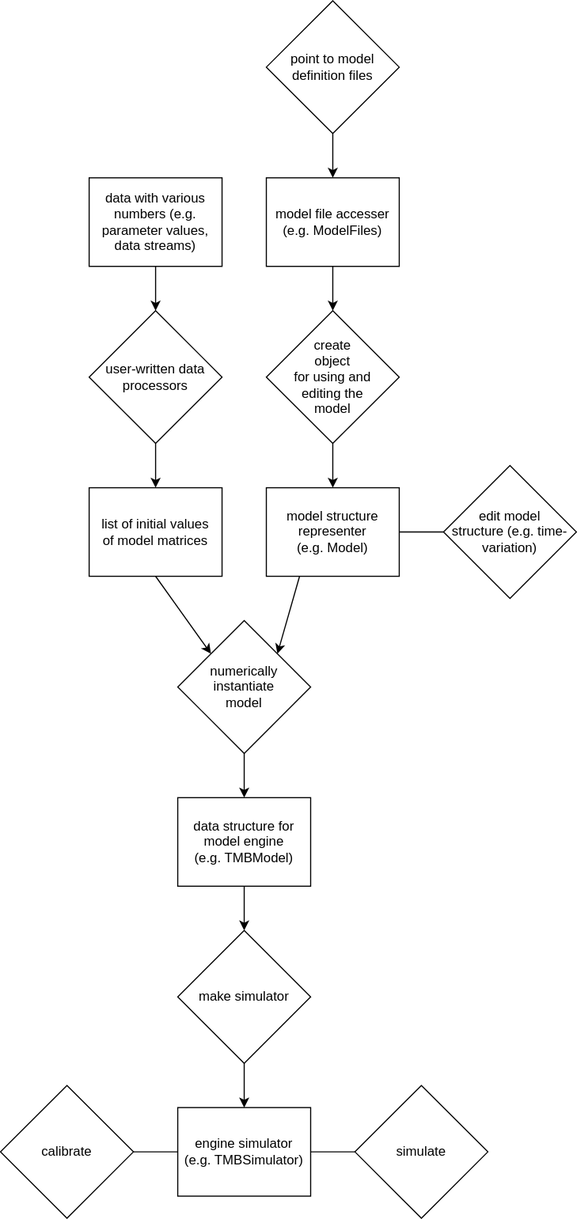
The draw.io diagram misc/diagrams/object_dependencies.svg in canmod/macpan2, before a commit. Source tidied: cells renumbered, new cells last; positions are measured from the earlier drawing's top-left corner, leaving out a move shared by most shapes. Source of this version:
```xml
<mxGraphModel>
  <root>
    <mxCell id="0" />
    <mxCell id="1" parent="0" />
    <mxCell id="2" style="edgeStyle=none;html=1;exitX=0.5;exitY=1;exitDx=0;exitDy=0;entryX=0.5;entryY=0;entryDx=0;entryDy=0;" parent="1" edge="1" source="3" target="14">
      <mxGeometry relative="1" as="geometry" />
    </mxCell>
    <mxCell id="3" value="model file accesser&lt;br&gt;(e.g. ModelFiles)" style="rounded=0;whiteSpace=wrap;html=1;" parent="1" vertex="1">
      <mxGeometry x="240" y="160" width="120" height="80" as="geometry" />
    </mxCell>
    <mxCell id="4" style="edgeStyle=none;html=1;exitX=1;exitY=0.5;exitDx=0;exitDy=0;entryX=0;entryY=0.5;entryDx=0;entryDy=0;endArrow=none;endFill=0;" parent="1" edge="1" source="6" target="15">
      <mxGeometry relative="1" as="geometry" />
    </mxCell>
    <mxCell id="5" style="edgeStyle=none;html=1;exitX=0.25;exitY=1;exitDx=0;exitDy=0;entryX=1;entryY=0;entryDx=0;entryDy=0;endArrow=classic;endFill=1;" parent="1" edge="1" source="6" target="17">
      <mxGeometry relative="1" as="geometry" />
    </mxCell>
    <mxCell id="6" value="model structure representer&lt;br&gt;(e.g. Model)" style="rounded=0;whiteSpace=wrap;html=1;" parent="1" vertex="1">
      <mxGeometry x="240" y="440" width="120" height="80" as="geometry" />
    </mxCell>
    <mxCell id="7" style="edgeStyle=none;html=1;exitX=0.5;exitY=1;exitDx=0;exitDy=0;entryX=0.5;entryY=0;entryDx=0;entryDy=0;endArrow=classic;endFill=1;" parent="1" edge="1" source="8" target="25">
      <mxGeometry relative="1" as="geometry" />
    </mxCell>
    <mxCell id="8" value="data structure for model engine&lt;br&gt;(e.g. TMBModel)" style="rounded=0;whiteSpace=wrap;html=1;" parent="1" vertex="1">
      <mxGeometry x="160" y="720" width="120" height="80" as="geometry" />
    </mxCell>
    <mxCell id="9" style="edgeStyle=none;html=1;exitX=0;exitY=0.5;exitDx=0;exitDy=0;entryX=1;entryY=0.5;entryDx=0;entryDy=0;endArrow=none;endFill=0;" parent="1" edge="1" source="10" target="28">
      <mxGeometry relative="1" as="geometry" />
    </mxCell>
    <mxCell id="10" value="engine simulator&lt;br&gt;(e.g. TMBSimulator)" style="rounded=0;whiteSpace=wrap;html=1;" parent="1" vertex="1">
      <mxGeometry x="160" y="1000" width="120" height="80" as="geometry" />
    </mxCell>
    <mxCell id="11" style="edgeStyle=none;html=1;exitX=0.5;exitY=1;exitDx=0;exitDy=0;entryX=0.5;entryY=0;entryDx=0;entryDy=0;" parent="1" edge="1" source="12" target="3">
      <mxGeometry relative="1" as="geometry" />
    </mxCell>
    <mxCell id="12" value="point to model definition files" style="rhombus;whiteSpace=wrap;html=1;" parent="1" vertex="1">
      <mxGeometry x="240" width="120" height="120" as="geometry" />
    </mxCell>
    <mxCell id="13" style="edgeStyle=none;html=1;exitX=0.5;exitY=1;exitDx=0;exitDy=0;entryX=0.5;entryY=0;entryDx=0;entryDy=0;" parent="1" edge="1" source="14" target="6">
      <mxGeometry relative="1" as="geometry" />
    </mxCell>
    <mxCell id="14" value="create &lt;br&gt;object &lt;br&gt;for using and &lt;br&gt;editing the &lt;br&gt;model" style="rhombus;whiteSpace=wrap;html=1;" parent="1" vertex="1">
      <mxGeometry x="240" y="280" width="120" height="120" as="geometry" />
    </mxCell>
    <mxCell id="15" value="edit model&lt;br&gt;structure (e.g. time-variation)" style="rhombus;whiteSpace=wrap;html=1;" parent="1" vertex="1">
      <mxGeometry x="400" y="420" width="120" height="120" as="geometry" />
    </mxCell>
    <mxCell id="16" style="edgeStyle=none;html=1;exitX=0.5;exitY=1;exitDx=0;exitDy=0;entryX=0.5;entryY=0;entryDx=0;entryDy=0;endArrow=classic;endFill=1;" parent="1" edge="1" source="17" target="8">
      <mxGeometry relative="1" as="geometry" />
    </mxCell>
    <mxCell id="17" value="numerically instantiate &lt;br&gt;model" style="rhombus;whiteSpace=wrap;html=1;" parent="1" vertex="1">
      <mxGeometry x="160" y="560" width="120" height="120" as="geometry" />
    </mxCell>
    <mxCell id="18" style="edgeStyle=none;html=1;exitX=0.5;exitY=1;exitDx=0;exitDy=0;entryX=0.5;entryY=0;entryDx=0;entryDy=0;endArrow=classic;endFill=1;" parent="1" edge="1" source="19" target="23">
      <mxGeometry relative="1" as="geometry" />
    </mxCell>
    <mxCell id="19" value="data with various numbers (e.g. parameter values, data streams)" style="rounded=0;whiteSpace=wrap;html=1;" parent="1" vertex="1">
      <mxGeometry x="80" y="160" width="120" height="80" as="geometry" />
    </mxCell>
    <mxCell id="20" style="edgeStyle=none;html=1;exitX=0.5;exitY=1;exitDx=0;exitDy=0;entryX=0;entryY=0;entryDx=0;entryDy=0;endArrow=classic;endFill=1;" parent="1" edge="1" source="21" target="17">
      <mxGeometry relative="1" as="geometry" />
    </mxCell>
    <mxCell id="21" value="list of initial values &lt;br&gt;of model matrices" style="rounded=0;whiteSpace=wrap;html=1;" parent="1" vertex="1">
      <mxGeometry x="80" y="440" width="120" height="80" as="geometry" />
    </mxCell>
    <mxCell id="22" style="edgeStyle=none;html=1;exitX=0.5;exitY=1;exitDx=0;exitDy=0;entryX=0.5;entryY=0;entryDx=0;entryDy=0;endArrow=classic;endFill=1;" parent="1" edge="1" source="23" target="21">
      <mxGeometry relative="1" as="geometry" />
    </mxCell>
    <mxCell id="23" value="user-written data processors" style="rhombus;whiteSpace=wrap;html=1;" parent="1" vertex="1">
      <mxGeometry x="80" y="280" width="120" height="120" as="geometry" />
    </mxCell>
    <mxCell id="24" style="edgeStyle=none;html=1;exitX=0.5;exitY=1;exitDx=0;exitDy=0;entryX=0.5;entryY=0;entryDx=0;entryDy=0;endArrow=classic;endFill=1;" parent="1" edge="1" source="25" target="10">
      <mxGeometry relative="1" as="geometry" />
    </mxCell>
    <mxCell id="25" value="make simulator" style="rhombus;whiteSpace=wrap;html=1;" parent="1" vertex="1">
      <mxGeometry x="160" y="840" width="120" height="120" as="geometry" />
    </mxCell>
    <mxCell id="26" style="edgeStyle=none;html=1;exitX=0;exitY=0.5;exitDx=0;exitDy=0;entryX=1;entryY=0.5;entryDx=0;entryDy=0;endArrow=none;endFill=0;" parent="1" edge="1" source="27" target="10">
      <mxGeometry relative="1" as="geometry" />
    </mxCell>
    <mxCell id="27" value="simulate" style="rhombus;whiteSpace=wrap;html=1;" parent="1" vertex="1">
      <mxGeometry x="320" y="980" width="120" height="120" as="geometry" />
    </mxCell>
    <mxCell id="28" value="calibrate" style="rhombus;whiteSpace=wrap;html=1;" parent="1" vertex="1">
      <mxGeometry y="980" width="120" height="120" as="geometry" />
    </mxCell>
  </root>
</mxGraphModel>
```
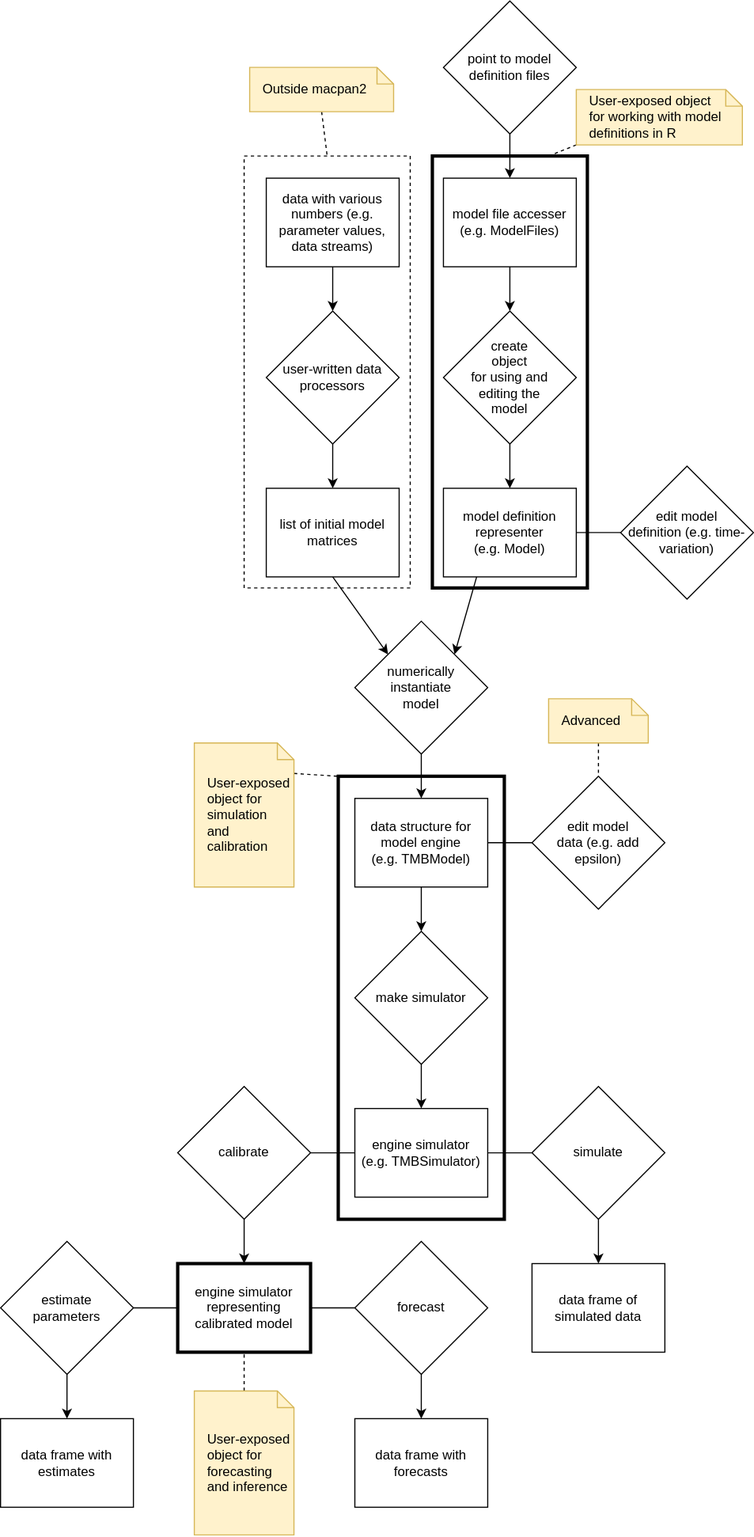
Above is the later version.

Commit message:
[skip ci] :pencil: object dependencies figure

Diff of the diagram source:
```diff
@@ -2,6 +2,9 @@
   <root>
     <mxCell id="0" />
     <mxCell id="1" parent="0" />
+    <mxCell id="29" style="rounded=0;whiteSpace=wrap;html=1;fillColor=none;dashed=1;" parent="1" vertex="1">
+      <mxGeometry x="60" y="140" width="150" height="390" as="geometry" />
+    </mxCell>
     <mxCell id="2" style="edgeStyle=none;html=1;exitX=0.5;exitY=1;exitDx=0;exitDy=0;entryX=0.5;entryY=0;entryDx=0;entryDy=0;" parent="1" edge="1" source="3" target="14">
       <mxGeometry relative="1" as="geometry" />
     </mxCell>
@@ -14,7 +17,7 @@
     <mxCell id="5" style="edgeStyle=none;html=1;exitX=0.25;exitY=1;exitDx=0;exitDy=0;entryX=1;entryY=0;entryDx=0;entryDy=0;endArrow=classic;endFill=1;" parent="1" edge="1" source="6" target="17">
       <mxGeometry relative="1" as="geometry" />
     </mxCell>
-    <mxCell id="6" value="model structure representer&lt;br&gt;(e.g. Model)" style="rounded=0;whiteSpace=wrap;html=1;" parent="1" vertex="1">
+    <mxCell id="6" value="model definition representer&lt;br&gt;(e.g. Model)" style="rounded=0;whiteSpace=wrap;html=1;" parent="1" vertex="1">
       <mxGeometry x="240" y="440" width="120" height="80" as="geometry" />
     </mxCell>
     <mxCell id="7" style="edgeStyle=none;html=1;exitX=0.5;exitY=1;exitDx=0;exitDy=0;entryX=0.5;entryY=0;entryDx=0;entryDy=0;endArrow=classic;endFill=1;" parent="1" edge="1" source="8" target="25">
@@ -41,7 +44,7 @@
     <mxCell id="14" value="create &lt;br&gt;object &lt;br&gt;for using and &lt;br&gt;editing the &lt;br&gt;model" style="rhombus;whiteSpace=wrap;html=1;" parent="1" vertex="1">
       <mxGeometry x="240" y="280" width="120" height="120" as="geometry" />
     </mxCell>
-    <mxCell id="15" value="edit model&lt;br&gt;structure (e.g. time-variation)" style="rhombus;whiteSpace=wrap;html=1;" parent="1" vertex="1">
+    <mxCell id="15" value="edit model&lt;br&gt;definition (e.g. time-variation)" style="rhombus;whiteSpace=wrap;html=1;" parent="1" vertex="1">
       <mxGeometry x="400" y="420" width="120" height="120" as="geometry" />
     </mxCell>
     <mxCell id="16" style="edgeStyle=none;html=1;exitX=0.5;exitY=1;exitDx=0;exitDy=0;entryX=0.5;entryY=0;entryDx=0;entryDy=0;endArrow=classic;endFill=1;" parent="1" edge="1" source="17" target="8">
@@ -59,7 +62,7 @@
     <mxCell id="20" style="edgeStyle=none;html=1;exitX=0.5;exitY=1;exitDx=0;exitDy=0;entryX=0;entryY=0;entryDx=0;entryDy=0;endArrow=classic;endFill=1;" parent="1" edge="1" source="21" target="17">
       <mxGeometry relative="1" as="geometry" />
     </mxCell>
-    <mxCell id="21" value="list of initial values &lt;br&gt;of model matrices" style="rounded=0;whiteSpace=wrap;html=1;" parent="1" vertex="1">
+    <mxCell id="21" value="list of initial model matrices" style="rounded=0;whiteSpace=wrap;html=1;" parent="1" vertex="1">
       <mxGeometry x="80" y="440" width="120" height="80" as="geometry" />
     </mxCell>
     <mxCell id="22" style="edgeStyle=none;html=1;exitX=0.5;exitY=1;exitDx=0;exitDy=0;entryX=0.5;entryY=0;entryDx=0;entryDy=0;endArrow=classic;endFill=1;" parent="1" edge="1" source="23" target="21">
@@ -77,11 +80,89 @@
     <mxCell id="26" style="edgeStyle=none;html=1;exitX=0;exitY=0.5;exitDx=0;exitDy=0;entryX=1;entryY=0.5;entryDx=0;entryDy=0;endArrow=none;endFill=0;" parent="1" edge="1" source="27" target="10">
       <mxGeometry relative="1" as="geometry" />
     </mxCell>
+    <mxCell id="30" style="edgeStyle=none;html=1;exitX=0.5;exitY=1;exitDx=0;exitDy=0;entryX=0.5;entryY=0;entryDx=0;entryDy=0;endArrow=classic;endFill=1;" parent="1" edge="1" source="27" target="37">
+      <mxGeometry relative="1" as="geometry" />
+    </mxCell>
     <mxCell id="27" value="simulate" style="rhombus;whiteSpace=wrap;html=1;" parent="1" vertex="1">
       <mxGeometry x="320" y="980" width="120" height="120" as="geometry" />
     </mxCell>
+    <mxCell id="31" style="edgeStyle=none;html=1;exitX=0.5;exitY=1;exitDx=0;exitDy=0;entryX=0.5;entryY=0;entryDx=0;entryDy=0;endArrow=classic;endFill=1;" parent="1" edge="1" source="28" target="36">
+      <mxGeometry relative="1" as="geometry" />
+    </mxCell>
     <mxCell id="28" value="calibrate" style="rhombus;whiteSpace=wrap;html=1;" parent="1" vertex="1">
       <mxGeometry y="980" width="120" height="120" as="geometry" />
     </mxCell>
+    <mxCell id="32" style="edgeStyle=none;html=1;exitX=0;exitY=0.5;exitDx=0;exitDy=0;entryX=1;entryY=0.5;entryDx=0;entryDy=0;endArrow=none;endFill=0;" parent="1" edge="1" source="33" target="8">
+      <mxGeometry relative="1" as="geometry" />
+    </mxCell>
+    <mxCell id="33" value="edit model&lt;br&gt;data (e.g. add epsilon)" style="rhombus;whiteSpace=wrap;html=1;" parent="1" vertex="1">
+      <mxGeometry x="320" y="700" width="120" height="120" as="geometry" />
+    </mxCell>
+    <mxCell id="34" style="edgeStyle=none;html=1;exitX=1;exitY=0.5;exitDx=0;exitDy=0;entryX=0;entryY=0.5;entryDx=0;entryDy=0;endArrow=none;endFill=0;" parent="1" edge="1" source="36" target="39">
+      <mxGeometry relative="1" as="geometry" />
+    </mxCell>
+    <mxCell id="35" style="edgeStyle=none;html=1;exitX=0;exitY=0.5;exitDx=0;exitDy=0;entryX=1;entryY=0.5;entryDx=0;entryDy=0;endArrow=none;endFill=0;" parent="1" edge="1" source="36" target="54">
+      <mxGeometry relative="1" as="geometry" />
+    </mxCell>
+    <mxCell id="36" value="engine simulator representing calibrated model" style="rounded=0;whiteSpace=wrap;html=1;fillColor=default;strokeWidth=3;" parent="1" vertex="1">
+      <mxGeometry y="1140" width="120" height="80" as="geometry" />
+    </mxCell>
+    <mxCell id="37" value="data frame of simulated data" style="rounded=0;whiteSpace=wrap;html=1;fillColor=default;" parent="1" vertex="1">
+      <mxGeometry x="320" y="1140" width="120" height="80" as="geometry" />
+    </mxCell>
+    <mxCell id="38" style="edgeStyle=none;html=1;exitX=0.5;exitY=1;exitDx=0;exitDy=0;entryX=0.5;entryY=0;entryDx=0;entryDy=0;endArrow=classic;endFill=1;" parent="1" edge="1" source="39" target="40">
+      <mxGeometry relative="1" as="geometry" />
+    </mxCell>
+    <mxCell id="39" value="forecast" style="rhombus;whiteSpace=wrap;html=1;" parent="1" vertex="1">
+      <mxGeometry x="160" y="1120" width="120" height="120" as="geometry" />
+    </mxCell>
+    <mxCell id="40" value="data frame with forecasts" style="rounded=0;whiteSpace=wrap;html=1;fillColor=default;" parent="1" vertex="1">
+      <mxGeometry x="160" y="1280" width="120" height="80" as="geometry" />
+    </mxCell>
+    <mxCell id="41" style="rounded=0;whiteSpace=wrap;html=1;fillColor=none;strokeWidth=3;" parent="1" vertex="1">
+      <mxGeometry x="230" y="140" width="140" height="390" as="geometry" />
+    </mxCell>
+    <mxCell id="42" style="edgeStyle=none;html=1;exitX=0.5;exitY=1;exitDx=0;exitDy=0;exitPerimeter=0;entryX=0.5;entryY=0;entryDx=0;entryDy=0;endArrow=none;endFill=0;dashed=1;" parent="1" edge="1" source="43" target="29">
+      <mxGeometry relative="1" as="geometry" />
+    </mxCell>
+    <mxCell id="43" value="Outside macpan2" style="shape=note;size=15;align=left;spacingLeft=10;html=1;whiteSpace=wrap;strokeWidth=1;fillColor=#fff2cc;strokeColor=#d6b656;" parent="1" vertex="1">
+      <mxGeometry x="65" y="60" width="130" height="40" as="geometry" />
+    </mxCell>
+    <mxCell id="44" style="edgeStyle=none;html=1;exitX=0.5;exitY=1;exitDx=0;exitDy=0;exitPerimeter=0;entryX=0.5;entryY=0;entryDx=0;entryDy=0;endArrow=none;endFill=0;dashed=1;" parent="1" edge="1" source="45" target="33">
+      <mxGeometry relative="1" as="geometry" />
+    </mxCell>
+    <mxCell id="45" value="Advanced" style="shape=note;size=15;align=left;spacingLeft=10;html=1;whiteSpace=wrap;strokeWidth=1;fillColor=#fff2cc;strokeColor=#d6b656;" parent="1" vertex="1">
+      <mxGeometry x="335" y="630" width="90" height="40" as="geometry" />
+    </mxCell>
+    <mxCell id="46" style="edgeStyle=none;html=1;exitX=0;exitY=1;exitDx=0;exitDy=0;exitPerimeter=0;entryX=0.75;entryY=0;entryDx=0;entryDy=0;endArrow=none;endFill=0;dashed=1;" parent="1" edge="1" source="47" target="41">
+      <mxGeometry relative="1" as="geometry" />
+    </mxCell>
+    <mxCell id="47" value="User-exposed object &lt;br&gt;for working with model definitions in R" style="shape=note;size=15;align=left;spacingLeft=10;html=1;whiteSpace=wrap;strokeWidth=1;fillColor=#fff2cc;strokeColor=#d6b656;" parent="1" vertex="1">
+      <mxGeometry x="360" y="80" width="150" height="50" as="geometry" />
+    </mxCell>
+    <mxCell id="48" style="rounded=0;whiteSpace=wrap;html=1;fillColor=none;strokeWidth=3;" parent="1" vertex="1">
+      <mxGeometry x="145" y="700" width="150" height="400" as="geometry" />
+    </mxCell>
+    <mxCell id="49" style="edgeStyle=none;html=1;exitX=0;exitY=0;exitDx=90;exitDy=27.5;exitPerimeter=0;entryX=0;entryY=0;entryDx=0;entryDy=0;endArrow=none;endFill=0;dashed=1;" parent="1" edge="1" source="50" target="48">
+      <mxGeometry relative="1" as="geometry" />
+    </mxCell>
+    <mxCell id="50" value="User-exposed object for simulation&lt;br&gt;and calibration" style="shape=note;size=15;align=left;spacingLeft=10;html=1;whiteSpace=wrap;strokeWidth=1;fillColor=#fff2cc;strokeColor=#d6b656;" parent="1" vertex="1">
+      <mxGeometry x="15" y="670" width="90" height="130" as="geometry" />
+    </mxCell>
+    <mxCell id="51" style="edgeStyle=none;html=1;exitX=0.5;exitY=0;exitDx=0;exitDy=0;exitPerimeter=0;entryX=0.5;entryY=1;entryDx=0;entryDy=0;endArrow=none;endFill=0;dashed=1;" parent="1" edge="1" source="52" target="36">
+      <mxGeometry relative="1" as="geometry" />
+    </mxCell>
+    <mxCell id="52" value="User-exposed object for forecasting and inference" style="shape=note;size=15;align=left;spacingLeft=10;html=1;whiteSpace=wrap;strokeWidth=1;fillColor=#fff2cc;strokeColor=#d6b656;" parent="1" vertex="1">
+      <mxGeometry x="15" y="1255" width="90" height="130" as="geometry" />
+    </mxCell>
+    <mxCell id="53" style="edgeStyle=none;html=1;exitX=0.5;exitY=1;exitDx=0;exitDy=0;entryX=0.5;entryY=0;entryDx=0;entryDy=0;endArrow=classic;endFill=1;" parent="1" edge="1" source="54" target="55">
+      <mxGeometry relative="1" as="geometry" />
+    </mxCell>
+    <mxCell id="54" value="estimate&lt;br&gt;parameters" style="rhombus;whiteSpace=wrap;html=1;" parent="1" vertex="1">
+      <mxGeometry x="-160" y="1120" width="120" height="120" as="geometry" />
+    </mxCell>
+    <mxCell id="55" value="data frame with estimates" style="rounded=0;whiteSpace=wrap;html=1;fillColor=default;" parent="1" vertex="1">
+      <mxGeometry x="-160" y="1280" width="120" height="80" as="geometry" />
+    </mxCell>
   </root>
 </mxGraphModel>
```
